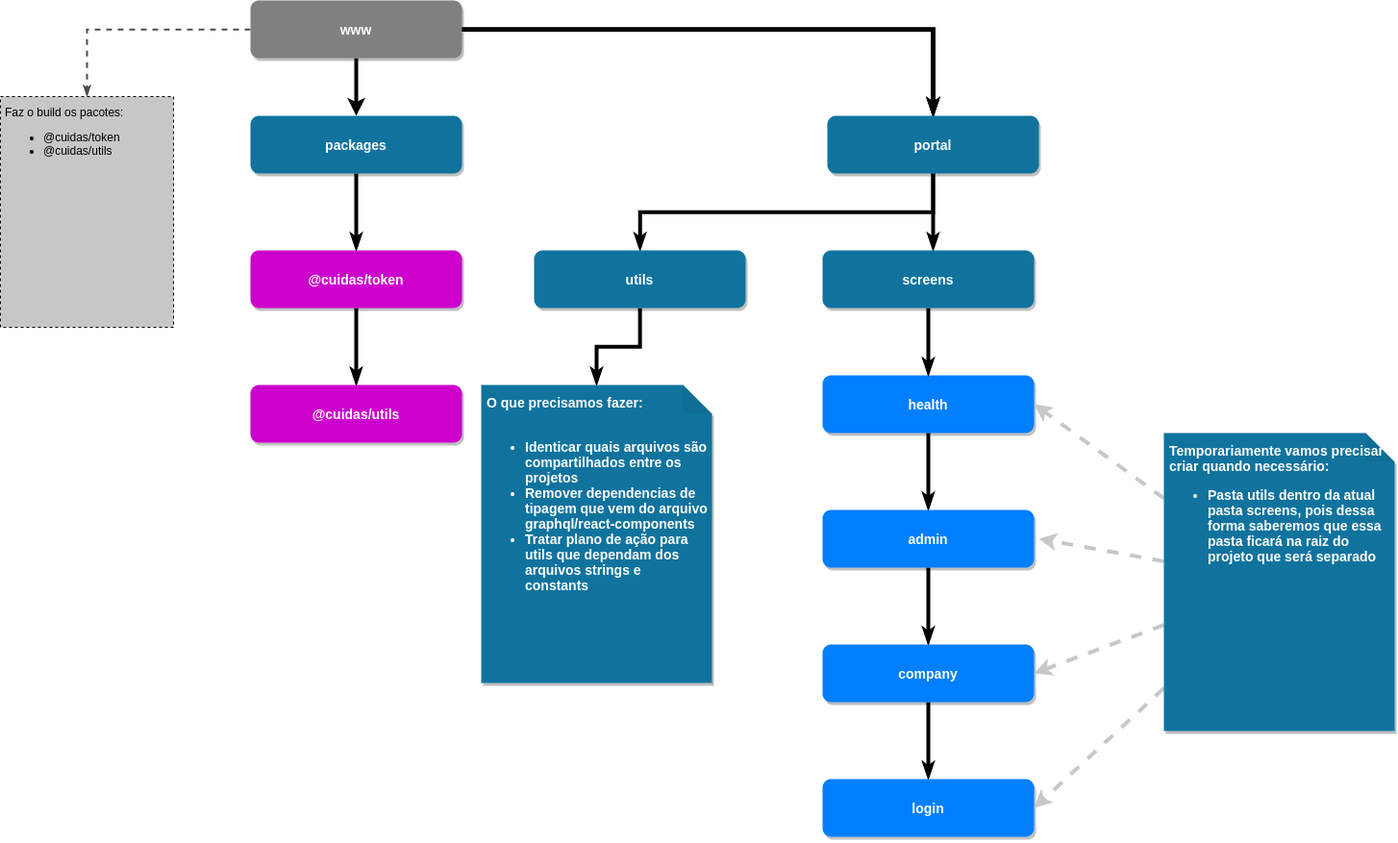
Earlier version of the draw.io export src/assets/cuidas-utils.png (raphaellopes/cuidas-frontend). Source tidied: cells renumbered, new cells last; positions are measured from the earlier drawing's top-left corner, leaving out a move shared by most shapes. The source it was exported from:
```xml
<mxGraphModel>
  <root>
    <mxCell id="0" />
    <mxCell id="1" parent="0" />
    <mxCell id="2" style="edgeStyle=orthogonalEdgeStyle;rounded=0;jettySize=auto;html=1;strokeWidth=4;endArrow=classicThin;endFill=1;" parent="1" edge="1" source="10" target="13">
      <mxGeometry relative="1" as="geometry" />
    </mxCell>
    <mxCell id="3" style="edgeStyle=orthogonalEdgeStyle;rounded=0;jettySize=auto;html=1;endArrow=classicThin;endFill=1;strokeWidth=4;" parent="1" edge="1" source="10" target="13">
      <mxGeometry relative="1" as="geometry" />
    </mxCell>
    <mxCell id="4" style="edgeStyle=orthogonalEdgeStyle;rounded=0;jettySize=auto;html=1;endArrow=classicThin;endFill=1;strokeWidth=4;" parent="1" edge="1" source="10" target="13">
      <mxGeometry relative="1" as="geometry" />
    </mxCell>
    <mxCell id="5" style="edgeStyle=orthogonalEdgeStyle;rounded=0;jettySize=auto;html=1;endArrow=classicThin;endFill=1;strokeWidth=4;" parent="1" edge="1" source="10" target="13">
      <mxGeometry relative="1" as="geometry" />
    </mxCell>
    <mxCell id="6" style="edgeStyle=orthogonalEdgeStyle;rounded=0;jettySize=auto;html=1;endArrow=classicThin;endFill=1;strokeWidth=4;" parent="1" edge="1" source="10" target="13">
      <mxGeometry relative="1" as="geometry" />
    </mxCell>
    <mxCell id="7" style="edgeStyle=orthogonalEdgeStyle;rounded=0;jettySize=auto;html=1;endArrow=classicThin;endFill=1;strokeWidth=4;" parent="1" edge="1" source="10" target="13">
      <mxGeometry relative="1" as="geometry" />
    </mxCell>
    <mxCell id="8" style="edgeStyle=orthogonalEdgeStyle;rounded=0;jettySize=auto;html=1;endArrow=classicThin;endFill=1;strokeWidth=2;dashed=1;strokeColor=#4D4D4D;" parent="1" edge="1" source="10" target="16">
      <mxGeometry relative="1" as="geometry" />
    </mxCell>
    <mxCell id="9" style="edgeStyle=orthogonalEdgeStyle;rounded=0;jettySize=auto;html=1;strokeWidth=4;" parent="1" edge="1" source="10" target="18">
      <mxGeometry relative="1" as="geometry" />
    </mxCell>
    <mxCell id="10" value="www" style="rounded=1;strokeColor=none;shadow=1;gradientColor=none;fontStyle=1;fontColor=#FFFFFF;fontSize=14;fillColor=#808080;" parent="1" vertex="1">
      <mxGeometry x="260" width="220" height="60" as="geometry" />
    </mxCell>
    <mxCell id="11" style="edgeStyle=orthogonalEdgeStyle;rounded=0;jettySize=auto;html=1;endArrow=classicThin;endFill=1;strokeColor=#000000;strokeWidth=4;fontSize=16;" parent="1" edge="1" source="13" target="30">
      <mxGeometry relative="1" as="geometry">
        <Array as="points">
          <mxPoint x="970" y="240" />
          <mxPoint x="970" y="240" />
        </Array>
      </mxGeometry>
    </mxCell>
    <mxCell id="12" style="edgeStyle=orthogonalEdgeStyle;rounded=0;jettySize=auto;html=1;endArrow=classicThin;endFill=1;strokeColor=#000000;strokeWidth=4;fontSize=16;" parent="1" edge="1" source="13" target="28">
      <mxGeometry relative="1" as="geometry">
        <Array as="points">
          <mxPoint x="970" y="220" />
          <mxPoint x="665" y="220" />
        </Array>
      </mxGeometry>
    </mxCell>
    <mxCell id="13" value="portal" style="rounded=1;strokeColor=none;shadow=1;gradientColor=none;fontStyle=1;fontColor=#FFFFFF;fontSize=14;fillColor=#10739E;" parent="1" vertex="1">
      <mxGeometry x="860" y="120" width="220" height="60" as="geometry" />
    </mxCell>
    <mxCell id="14" style="edgeStyle=orthogonalEdgeStyle;rounded=0;jettySize=auto;html=1;endArrow=classicThin;endFill=1;strokeColor=#000000;strokeWidth=4;" parent="1" edge="1" source="15" target="23">
      <mxGeometry relative="1" as="geometry" />
    </mxCell>
    <mxCell id="15" value="health" style="rounded=1;strokeColor=none;shadow=1;gradientColor=none;fontStyle=1;fontColor=#FFFFFF;fontSize=14;fillColor=#007FFF;" parent="1" vertex="1">
      <mxGeometry x="855" y="390" width="220" height="60" as="geometry" />
    </mxCell>
    <mxCell id="16" value="Faz o build os pacotes:&lt;br&gt;&lt;ul&gt;&lt;li&gt;@cuidas/token&lt;/li&gt;&lt;li&gt;@cuidas/utils&lt;/li&gt;&lt;/ul&gt;" style="whiteSpace=wrap;html=1;fillColor=#C7C7C7;align=left;verticalAlign=top;spacing=5;dashed=1;" parent="1" vertex="1">
      <mxGeometry y="100" width="180" height="240" as="geometry" />
    </mxCell>
    <mxCell id="17" style="edgeStyle=orthogonalEdgeStyle;rounded=0;jettySize=auto;html=1;endArrow=classicThin;endFill=1;strokeWidth=4;" parent="1" edge="1" source="18" target="20">
      <mxGeometry relative="1" as="geometry" />
    </mxCell>
    <mxCell id="18" value="packages" style="rounded=1;strokeColor=none;shadow=1;gradientColor=none;fontStyle=1;fontColor=#FFFFFF;fontSize=14;fillColor=#10739E;" parent="1" vertex="1">
      <mxGeometry x="260" y="120" width="220" height="60" as="geometry" />
    </mxCell>
    <mxCell id="19" style="edgeStyle=orthogonalEdgeStyle;rounded=0;jettySize=auto;html=1;endArrow=classicThin;endFill=1;strokeWidth=4;" parent="1" edge="1" source="20" target="21">
      <mxGeometry relative="1" as="geometry" />
    </mxCell>
    <mxCell id="20" value="@cuidas/token" style="rounded=1;strokeColor=none;shadow=1;gradientColor=none;fontStyle=1;fontColor=#FFFFFF;fontSize=14;fillColor=#CC00CC;" parent="1" vertex="1">
      <mxGeometry x="260" y="260" width="220" height="60" as="geometry" />
    </mxCell>
    <mxCell id="21" value="@cuidas/utils" style="rounded=1;strokeColor=none;shadow=1;gradientColor=none;fontStyle=1;fontColor=#FFFFFF;fontSize=14;fillColor=#CC00CC;" parent="1" vertex="1">
      <mxGeometry x="260" y="400" width="220" height="60" as="geometry" />
    </mxCell>
    <mxCell id="22" style="edgeStyle=orthogonalEdgeStyle;rounded=0;jettySize=auto;html=1;endArrow=classicThin;endFill=1;strokeColor=#000000;strokeWidth=4;" parent="1" edge="1" source="23" target="25">
      <mxGeometry relative="1" as="geometry" />
    </mxCell>
    <mxCell id="23" value="admin" style="rounded=1;strokeColor=none;shadow=1;gradientColor=none;fontStyle=1;fontColor=#FFFFFF;fontSize=14;fillColor=#007FFF;" parent="1" vertex="1">
      <mxGeometry x="855" y="530" width="220" height="60" as="geometry" />
    </mxCell>
    <mxCell id="24" style="edgeStyle=orthogonalEdgeStyle;rounded=0;jettySize=auto;html=1;endArrow=classicThin;endFill=1;strokeColor=#000000;strokeWidth=4;" parent="1" edge="1" source="25" target="26">
      <mxGeometry relative="1" as="geometry" />
    </mxCell>
    <mxCell id="25" value="company" style="rounded=1;strokeColor=none;shadow=1;gradientColor=none;fontStyle=1;fontColor=#FFFFFF;fontSize=14;fillColor=#007FFF;" parent="1" vertex="1">
      <mxGeometry x="855" y="670" width="220" height="60" as="geometry" />
    </mxCell>
    <mxCell id="26" value="login" style="rounded=1;strokeColor=none;shadow=1;gradientColor=none;fontStyle=1;fontColor=#FFFFFF;fontSize=14;fillColor=#007FFF;" parent="1" vertex="1">
      <mxGeometry x="855" y="810" width="220" height="60" as="geometry" />
    </mxCell>
    <mxCell id="27" style="edgeStyle=orthogonalEdgeStyle;rounded=0;jettySize=auto;html=1;endArrow=classicThin;endFill=1;strokeColor=#000000;strokeWidth=4;fontSize=16;" parent="1" edge="1" source="28" target="31">
      <mxGeometry relative="1" as="geometry" />
    </mxCell>
    <mxCell id="28" value="utils" style="rounded=1;strokeColor=none;shadow=1;gradientColor=none;fontStyle=1;fontColor=#FFFFFF;fontSize=14;fillColor=#10739E;" parent="1" vertex="1">
      <mxGeometry x="555" y="260" width="220" height="60" as="geometry" />
    </mxCell>
    <mxCell id="29" style="edgeStyle=orthogonalEdgeStyle;rounded=0;jettySize=auto;html=1;entryX=0.5;entryY=0;entryDx=0;entryDy=0;endArrow=classicThin;endFill=1;strokeColor=#000000;strokeWidth=4;fontSize=16;" parent="1" edge="1" source="30" target="15">
      <mxGeometry relative="1" as="geometry" />
    </mxCell>
    <mxCell id="30" value="screens" style="rounded=1;strokeColor=none;shadow=1;gradientColor=none;fontStyle=1;fontColor=#FFFFFF;fontSize=14;fillColor=#10739E;" parent="1" vertex="1">
      <mxGeometry x="855" y="260" width="220" height="60" as="geometry" />
    </mxCell>
    <mxCell id="31" value="O que precisamos fazer:&lt;br&gt;&lt;br&gt;&lt;ul&gt;&lt;li&gt;Identicar quais arquivos são compartilhados entre os projetos&lt;/li&gt;&lt;li&gt;Remover dependencias de tipagem que vem do arquivo graphql/react-components&lt;/li&gt;&lt;li&gt;Tratar plano de ação para utils que dependam dos arquivos strings e constants&lt;/li&gt;&lt;/ul&gt;" style="shape=note;whiteSpace=wrap;html=1;backgroundOutline=1;darkOpacity=0.05;rounded=1;shadow=1;fontSize=14;fontColor=#FFFFFF;fontStyle=1;strokeColor=none;fillColor=#10739E;align=left;verticalAlign=top;spacing=6;" parent="1" vertex="1">
      <mxGeometry x="500" y="400" width="240" height="310" as="geometry" />
    </mxCell>
    <mxCell id="32" style="rounded=0;jettySize=auto;html=1;entryX=1;entryY=0.5;entryDx=0;entryDy=0;strokeWidth=4;dashed=1;strokeColor=#C7C7C7;" parent="1" edge="1" source="36" target="15">
      <mxGeometry relative="1" as="geometry" />
    </mxCell>
    <mxCell id="33" style="edgeStyle=none;rounded=0;jettySize=auto;html=1;dashed=1;strokeColor=#C7C7C7;strokeWidth=4;" parent="1" edge="1" source="36">
      <mxGeometry relative="1" as="geometry">
        <mxPoint x="1080" y="560" as="targetPoint" />
      </mxGeometry>
    </mxCell>
    <mxCell id="34" style="edgeStyle=none;rounded=0;jettySize=auto;html=1;entryX=1;entryY=0.5;entryDx=0;entryDy=0;dashed=1;strokeColor=#C7C7C7;strokeWidth=4;" parent="1" edge="1" source="36" target="25">
      <mxGeometry relative="1" as="geometry" />
    </mxCell>
    <mxCell id="35" style="edgeStyle=none;rounded=0;jettySize=auto;html=1;entryX=1;entryY=0.5;entryDx=0;entryDy=0;dashed=1;strokeColor=#C7C7C7;strokeWidth=4;" parent="1" edge="1" source="36" target="26">
      <mxGeometry relative="1" as="geometry" />
    </mxCell>
    <mxCell id="36" value="&lt;span&gt;Temporariamente vamos precisar criar quando necessário:&lt;/span&gt;&lt;br&gt;&lt;ul&gt;&lt;li&gt;&lt;span&gt;Pasta utils dentro da atual pasta screens, pois dessa forma saberemos que essa pasta ficará na raiz do projeto que será separado&lt;/span&gt;&lt;br&gt;&lt;/li&gt;&lt;/ul&gt;" style="shape=note;whiteSpace=wrap;html=1;backgroundOutline=1;darkOpacity=0.05;rounded=1;shadow=1;fontSize=14;fontColor=#FFFFFF;fontStyle=1;strokeColor=none;fillColor=#10739E;align=left;verticalAlign=top;spacing=6;" parent="1" vertex="1">
      <mxGeometry x="1210" y="450" width="240" height="310" as="geometry" />
    </mxCell>
  </root>
</mxGraphModel>
```
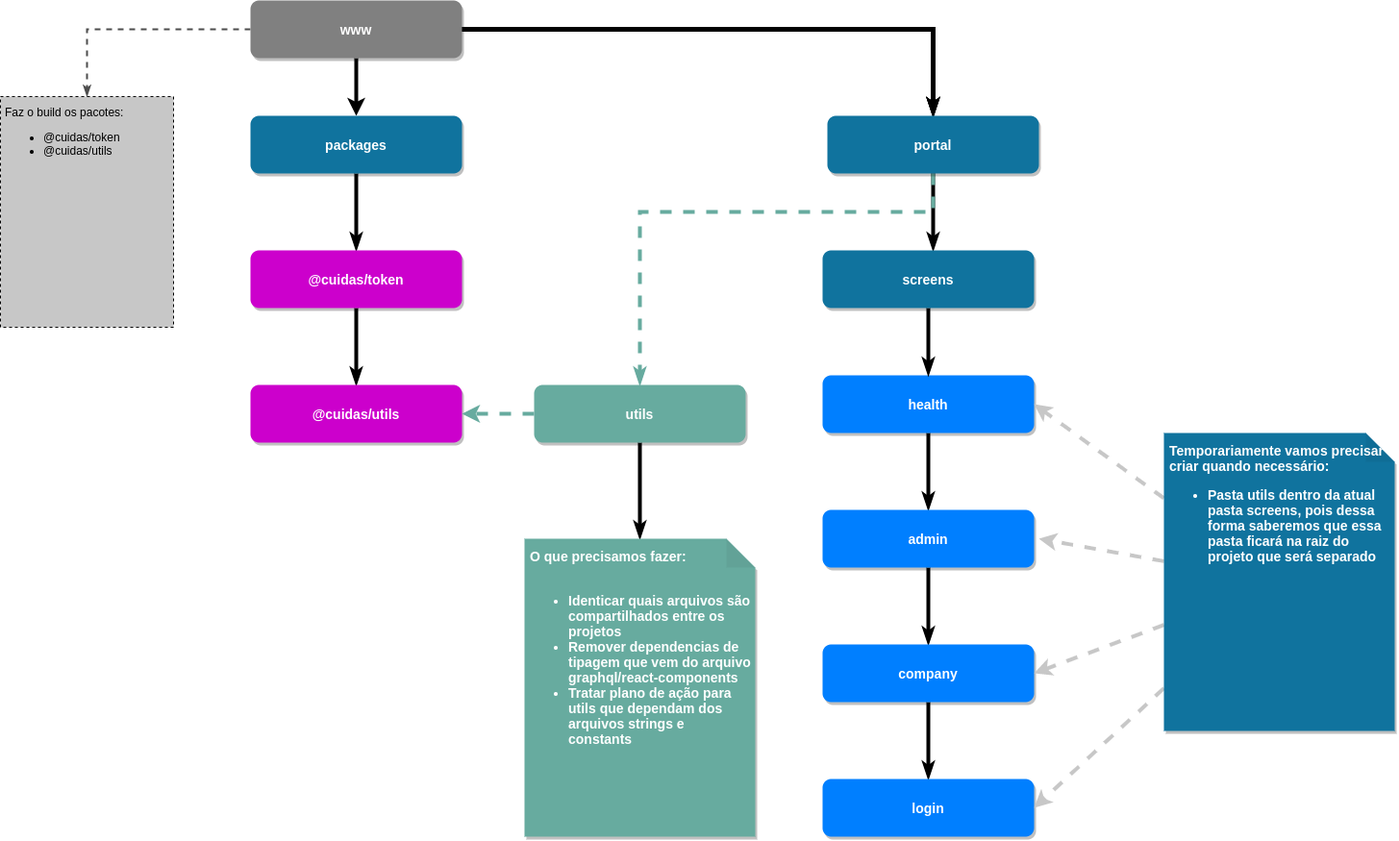
Later version of the same file.

The edit, as a diff of the source:
```diff
@@ -37,7 +37,7 @@
         </Array>
       </mxGeometry>
     </mxCell>
-    <mxCell id="12" style="edgeStyle=orthogonalEdgeStyle;rounded=0;jettySize=auto;html=1;endArrow=classicThin;endFill=1;strokeColor=#000000;strokeWidth=4;fontSize=16;" parent="1" edge="1" source="13" target="28">
+    <mxCell id="12" style="edgeStyle=orthogonalEdgeStyle;rounded=0;jettySize=auto;html=1;endArrow=classicThin;endFill=1;strokeWidth=4;fontSize=16;strokeColor=#67AB9F;dashed=1;" parent="1" edge="1" source="13" target="28">
       <mxGeometry relative="1" as="geometry">
         <Array as="points">
           <mxPoint x="970" y="220" />
@@ -90,8 +90,11 @@
     <mxCell id="27" style="edgeStyle=orthogonalEdgeStyle;rounded=0;jettySize=auto;html=1;endArrow=classicThin;endFill=1;strokeColor=#000000;strokeWidth=4;fontSize=16;" parent="1" edge="1" source="28" target="31">
       <mxGeometry relative="1" as="geometry" />
     </mxCell>
+    <mxCell id="37" style="edgeStyle=orthogonalEdgeStyle;rounded=0;jettySize=auto;html=1;entryX=1;entryY=0.5;entryDx=0;entryDy=0;dashed=1;strokeColor=#67AB9F;strokeWidth=4;" parent="1" edge="1" source="28" target="21">
+      <mxGeometry relative="1" as="geometry" />
+    </mxCell>
-    <mxCell id="28" value="utils" style="rounded=1;strokeColor=none;shadow=1;gradientColor=none;fontStyle=1;fontColor=#FFFFFF;fontSize=14;fillColor=#10739E;" parent="1" vertex="1">
-      <mxGeometry x="555" y="260" width="220" height="60" as="geometry" />
+    <mxCell id="28" value="utils" style="rounded=1;strokeColor=none;shadow=1;gradientColor=none;fontStyle=1;fontColor=#FFFFFF;fontSize=14;fillColor=#67AB9F;" parent="1" vertex="1">
+      <mxGeometry x="555" y="400" width="220" height="60" as="geometry" />
     </mxCell>
     <mxCell id="29" style="edgeStyle=orthogonalEdgeStyle;rounded=0;jettySize=auto;html=1;entryX=0.5;entryY=0;entryDx=0;entryDy=0;endArrow=classicThin;endFill=1;strokeColor=#000000;strokeWidth=4;fontSize=16;" parent="1" edge="1" source="30" target="15">
       <mxGeometry relative="1" as="geometry" />
@@ -99,8 +102,8 @@
     <mxCell id="30" value="screens" style="rounded=1;strokeColor=none;shadow=1;gradientColor=none;fontStyle=1;fontColor=#FFFFFF;fontSize=14;fillColor=#10739E;" parent="1" vertex="1">
       <mxGeometry x="855" y="260" width="220" height="60" as="geometry" />
     </mxCell>
-    <mxCell id="31" value="O que precisamos fazer:&lt;br&gt;&lt;br&gt;&lt;ul&gt;&lt;li&gt;Identicar quais arquivos são compartilhados entre os projetos&lt;/li&gt;&lt;li&gt;Remover dependencias de tipagem que vem do arquivo graphql/react-components&lt;/li&gt;&lt;li&gt;Tratar plano de ação para utils que dependam dos arquivos strings e constants&lt;/li&gt;&lt;/ul&gt;" style="shape=note;whiteSpace=wrap;html=1;backgroundOutline=1;darkOpacity=0.05;rounded=1;shadow=1;fontSize=14;fontColor=#FFFFFF;fontStyle=1;strokeColor=none;fillColor=#10739E;align=left;verticalAlign=top;spacing=6;" parent="1" vertex="1">
-      <mxGeometry x="500" y="400" width="240" height="310" as="geometry" />
+    <mxCell id="31" value="O que precisamos fazer:&lt;br&gt;&lt;br&gt;&lt;ul&gt;&lt;li&gt;Identicar quais arquivos são compartilhados entre os projetos&lt;/li&gt;&lt;li&gt;Remover dependencias de tipagem que vem do arquivo graphql/react-components&lt;/li&gt;&lt;li&gt;Tratar plano de ação para utils que dependam dos arquivos strings e constants&lt;/li&gt;&lt;/ul&gt;" style="shape=note;whiteSpace=wrap;html=1;backgroundOutline=1;darkOpacity=0.05;rounded=1;shadow=1;fontSize=14;fontColor=#FFFFFF;fontStyle=1;strokeColor=none;align=left;verticalAlign=top;spacing=6;fillColor=#67AB9F;" parent="1" vertex="1">
+      <mxGeometry x="545" y="560" width="240" height="310" as="geometry" />
     </mxCell>
     <mxCell id="32" style="rounded=0;jettySize=auto;html=1;entryX=1;entryY=0.5;entryDx=0;entryDy=0;strokeWidth=4;dashed=1;strokeColor=#C7C7C7;" parent="1" edge="1" source="36" target="15">
       <mxGeometry relative="1" as="geometry" />
```
